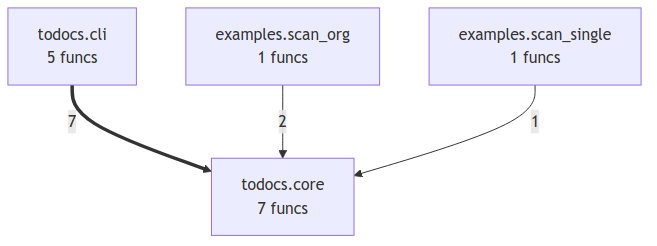
This is project/compact_flow.png from wronai/todocs, a Mermaid export, as it was before one commit. Its source is kept beside it as project/compact_flow.mmd.
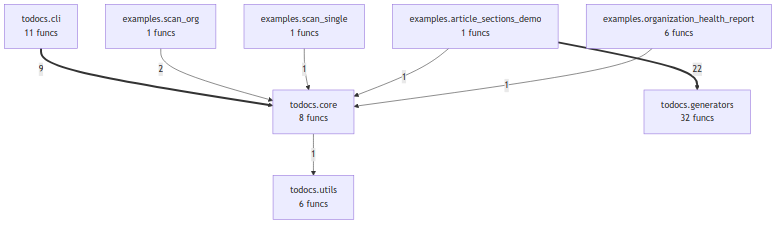
After the change.

Change to the diagram source:
```diff
@@ -1,8 +1,16 @@
 flowchart TD
+    examples_article_sections_demo["examples.article_sections_demo<br/>1 funcs"]
+    examples_organization_health_report["examples.organization_health_report<br/>6 funcs"]
     examples_scan_org["examples.scan_org<br/>1 funcs"]
     examples_scan_single["examples.scan_single<br/>1 funcs"]
-    todocs_cli["todocs.cli<br/>5 funcs"]
-    todocs_core["todocs.core<br/>7 funcs"]
-    todocs_cli ==>|7| todocs_core
+    todocs_cli["todocs.cli<br/>11 funcs"]
+    todocs_core["todocs.core<br/>8 funcs"]
+    todocs_generators["todocs.generators<br/>32 funcs"]
+    todocs_utils["todocs.utils<br/>6 funcs"]
+    examples_article_sections_demo ==>|22| todocs_generators
+    todocs_cli ==>|9| todocs_core
     examples_scan_org -->|2| todocs_core
     examples_scan_single -->|1| todocs_core
+    examples_article_sections_demo -->|1| todocs_core
+    examples_organization_health_report -->|1| todocs_core
+    todocs_core -->|1| todocs_utils
```
